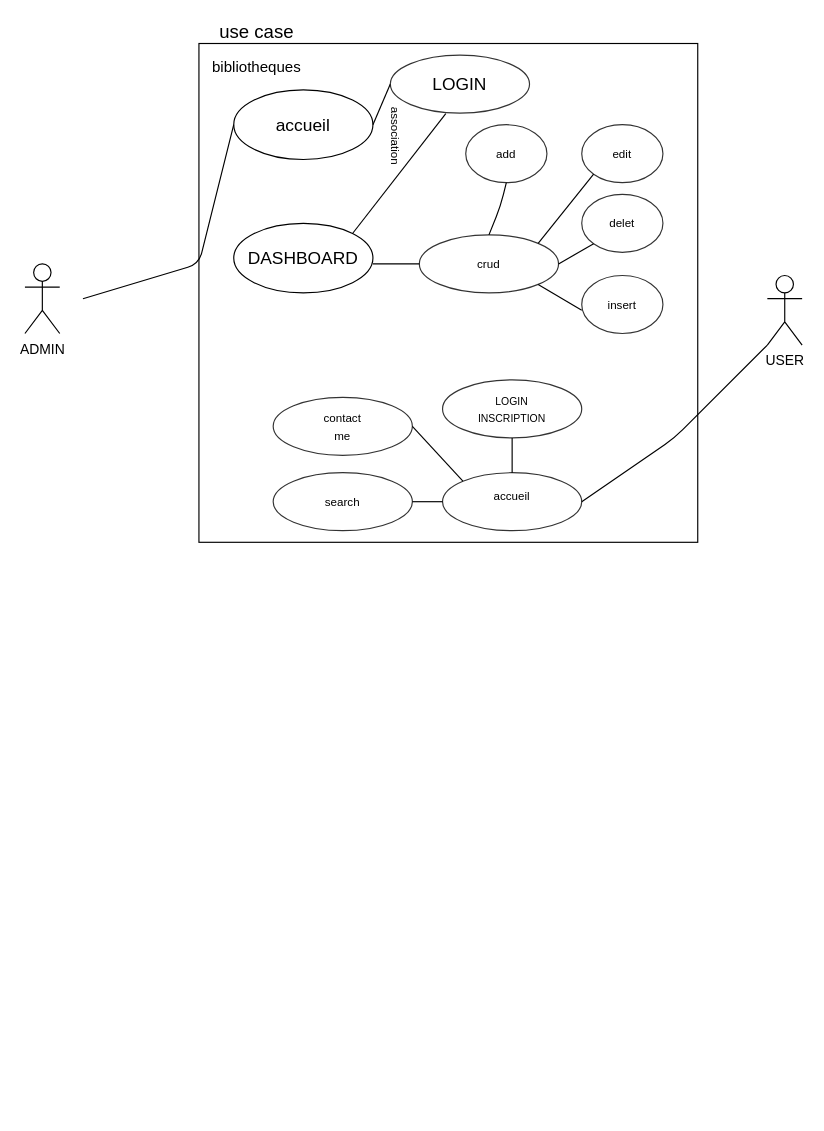
zakaria444/PFR keeps this draw.io diagram as uml.drawio. Above is the earlier version. Source tidied: cells renumbered, new cells numbered last; positions are measured from the earlier drawing's top-left corner, leaving out a move shared by most shapes. Both pictures are drawn from the tidied source at 116%, with x=0, y=0 at pixel (24, 20).
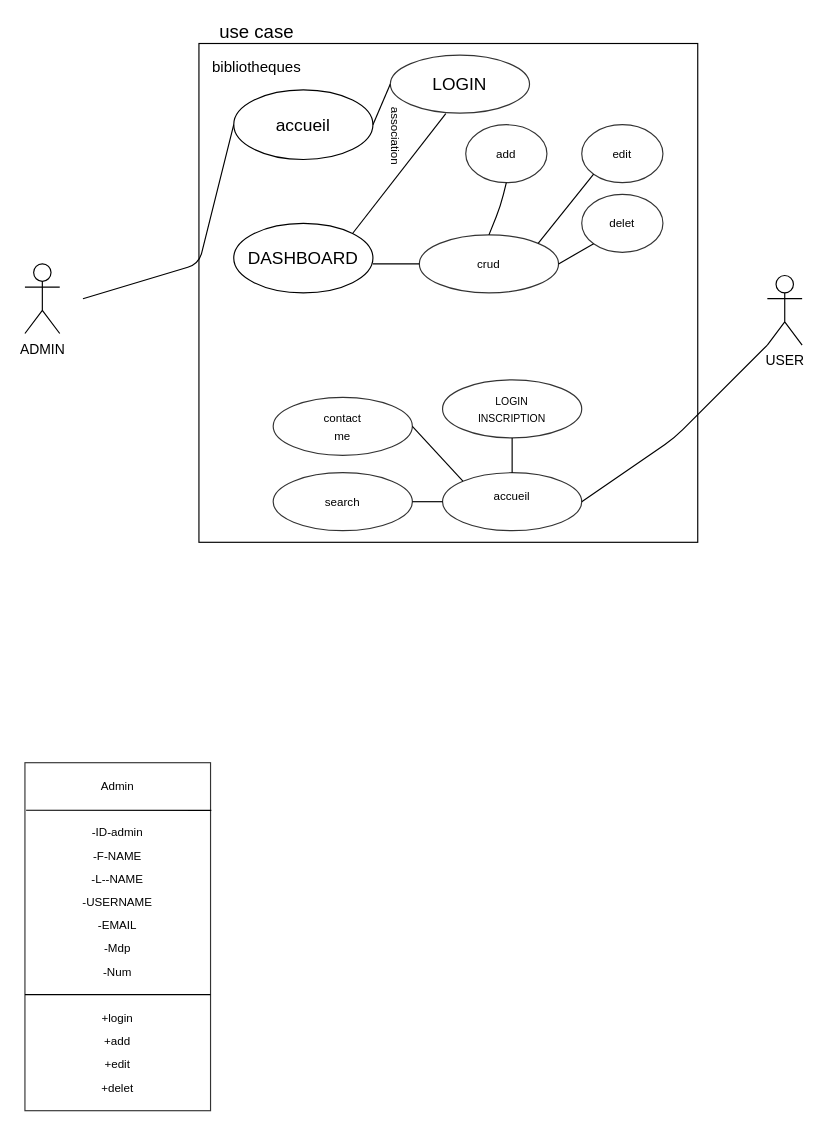
After the change.

Commit message:
add uml diagram class admin

The change refers to these unchanged cells:
```xml
<mxCell id="17" style="ellipse;whiteSpace=wrap;html=1;opacity=80;" parent="1" vertex="1">
  <mxGeometry x="340" y="185" width="120" height="50" as="geometry" />
</mxCell>
```

Diff of the diagram source:
```diff
@@
-    <mxCell id="36" style="ellipse;whiteSpace=wrap;html=1;opacity=80;" parent="1" vertex="1">
-      <mxGeometry x="480" y="220" width="70" height="50" as="geometry" />
-    </mxCell>
-    <mxCell id="37" value="&lt;span style=&quot;font-size: 10px&quot;&gt;insert&lt;/span&gt;" style="text;html=1;strokeColor=none;fillColor=none;align=center;verticalAlign=middle;whiteSpace=wrap;rounded=0;" parent="1" vertex="1">
-      <mxGeometry x="495" y="235" width="40" height="20" as="geometry" />
-    </mxCell>
-    <mxCell id="38" style="endArrow=none;html=1;exitX=1;exitY=1;exitDx=0;exitDy=0;" parent="1" edge="1" source="17">
-      <mxGeometry relative="1" as="geometry">
-        <mxPoint x="480" y="250" as="targetPoint" />
-      </mxGeometry>
-    </mxCell>
@@
+    <mxCell id="44" style="rounded=0;whiteSpace=wrap;html=1;opacity=80;" parent="1" vertex="1">
+      <mxGeometry y="640" width="160" height="300" as="geometry" />
+    </mxCell>
+    <mxCell id="45" style="endArrow=none;html=1;entryX=1.004;entryY=0.137;entryDx=0;entryDy=0;entryPerimeter=0;" parent="1" edge="1" target="44">
+      <mxGeometry relative="1" as="geometry">
+        <mxPoint x="1" y="681" as="sourcePoint" />
+      </mxGeometry>
+    </mxCell>
+    <mxCell id="46" style="endArrow=none;html=1;entryX=1;entryY=0.25;entryDx=0;entryDy=0;exitX=0;exitY=0.25;exitDx=0;exitDy=0;" parent="1" edge="1">
+      <mxGeometry relative="1" as="geometry">
+        <mxPoint y="840" as="sourcePoint" />
+        <mxPoint x="160" y="840" as="targetPoint" />
+      </mxGeometry>
+    </mxCell>
+    <mxCell id="47" value="&lt;span style=&quot;font-size: 10px&quot;&gt;Admin&lt;/span&gt;" style="text;html=1;strokeColor=none;fillColor=none;align=center;verticalAlign=middle;whiteSpace=wrap;rounded=0;" parent="1" vertex="1">
+      <mxGeometry x="60" y="650" width="40" height="20" as="geometry" />
+    </mxCell>
+    <mxCell id="48" value="&lt;span style=&quot;font-size: 10px&quot;&gt;-ID-admin&lt;/span&gt;" style="text;html=1;strokeColor=none;fillColor=none;align=center;verticalAlign=middle;whiteSpace=wrap;rounded=0;" parent="1" vertex="1">
+      <mxGeometry x="45" y="690" width="70" height="20" as="geometry" />
+    </mxCell>
+    <mxCell id="49" value="&lt;span style=&quot;font-size: 10px&quot;&gt;-F-NAME&lt;/span&gt;" style="text;html=1;strokeColor=none;fillColor=none;align=center;verticalAlign=middle;whiteSpace=wrap;rounded=0;" parent="1" vertex="1">
+      <mxGeometry x="45" y="710" width="70" height="20" as="geometry" />
+    </mxCell>
+    <mxCell id="50" value="&lt;span style=&quot;font-size: 10px&quot;&gt;-L--NAME&lt;/span&gt;" style="text;html=1;strokeColor=none;fillColor=none;align=center;verticalAlign=middle;whiteSpace=wrap;rounded=0;" parent="1" vertex="1">
+      <mxGeometry x="45" y="730" width="70" height="20" as="geometry" />
+    </mxCell>
+    <mxCell id="51" value="&lt;span style=&quot;font-size: 10px&quot;&gt;-USERNAME&lt;/span&gt;" style="text;html=1;strokeColor=none;fillColor=none;align=center;verticalAlign=middle;whiteSpace=wrap;rounded=0;" parent="1" vertex="1">
+      <mxGeometry x="45" y="750" width="70" height="20" as="geometry" />
+    </mxCell>
+    <mxCell id="52" value="&lt;span style=&quot;font-size: 10px&quot;&gt;-EMAIL&lt;/span&gt;" style="text;html=1;strokeColor=none;fillColor=none;align=center;verticalAlign=middle;whiteSpace=wrap;rounded=0;" parent="1" vertex="1">
+      <mxGeometry x="45" y="770" width="70" height="20" as="geometry" />
+    </mxCell>
+    <mxCell id="53" value="&lt;span style=&quot;font-size: 10px&quot;&gt;-Mdp&lt;/span&gt;" style="text;html=1;strokeColor=none;fillColor=none;align=center;verticalAlign=middle;whiteSpace=wrap;rounded=0;" parent="1" vertex="1">
+      <mxGeometry x="45" y="790" width="70" height="20" as="geometry" />
+    </mxCell>
+    <mxCell id="54" value="&lt;span style=&quot;font-size: 10px&quot;&gt;-Num&lt;/span&gt;" style="text;html=1;strokeColor=none;fillColor=none;align=center;verticalAlign=middle;whiteSpace=wrap;rounded=0;" parent="1" vertex="1">
+      <mxGeometry x="45" y="810" width="70" height="20" as="geometry" />
+    </mxCell>
+    <mxCell id="55" value="&lt;span style=&quot;font-size: 10px&quot;&gt;+login&lt;/span&gt;" style="text;html=1;strokeColor=none;fillColor=none;align=center;verticalAlign=middle;whiteSpace=wrap;rounded=0;" parent="1" vertex="1">
+      <mxGeometry x="45" y="850" width="70" height="20" as="geometry" />
+    </mxCell>
+    <mxCell id="56" value="&lt;span style=&quot;font-size: 10px&quot;&gt;+add&lt;/span&gt;" style="text;html=1;strokeColor=none;fillColor=none;align=center;verticalAlign=middle;whiteSpace=wrap;rounded=0;" parent="1" vertex="1">
+      <mxGeometry x="45" y="870" width="70" height="20" as="geometry" />
+    </mxCell>
+    <mxCell id="57" value="&lt;span style=&quot;font-size: 10px&quot;&gt;+edit&lt;/span&gt;" style="text;html=1;strokeColor=none;fillColor=none;align=center;verticalAlign=middle;whiteSpace=wrap;rounded=0;" parent="1" vertex="1">
+      <mxGeometry x="45" y="890" width="70" height="20" as="geometry" />
+    </mxCell>
+    <mxCell id="58" value="&lt;span style=&quot;font-size: 10px&quot;&gt;+delet&lt;/span&gt;" style="text;html=1;strokeColor=none;fillColor=none;align=center;verticalAlign=middle;whiteSpace=wrap;rounded=0;" parent="1" vertex="1">
+      <mxGeometry x="45" y="910" width="70" height="20" as="geometry" />
+    </mxCell>
```
